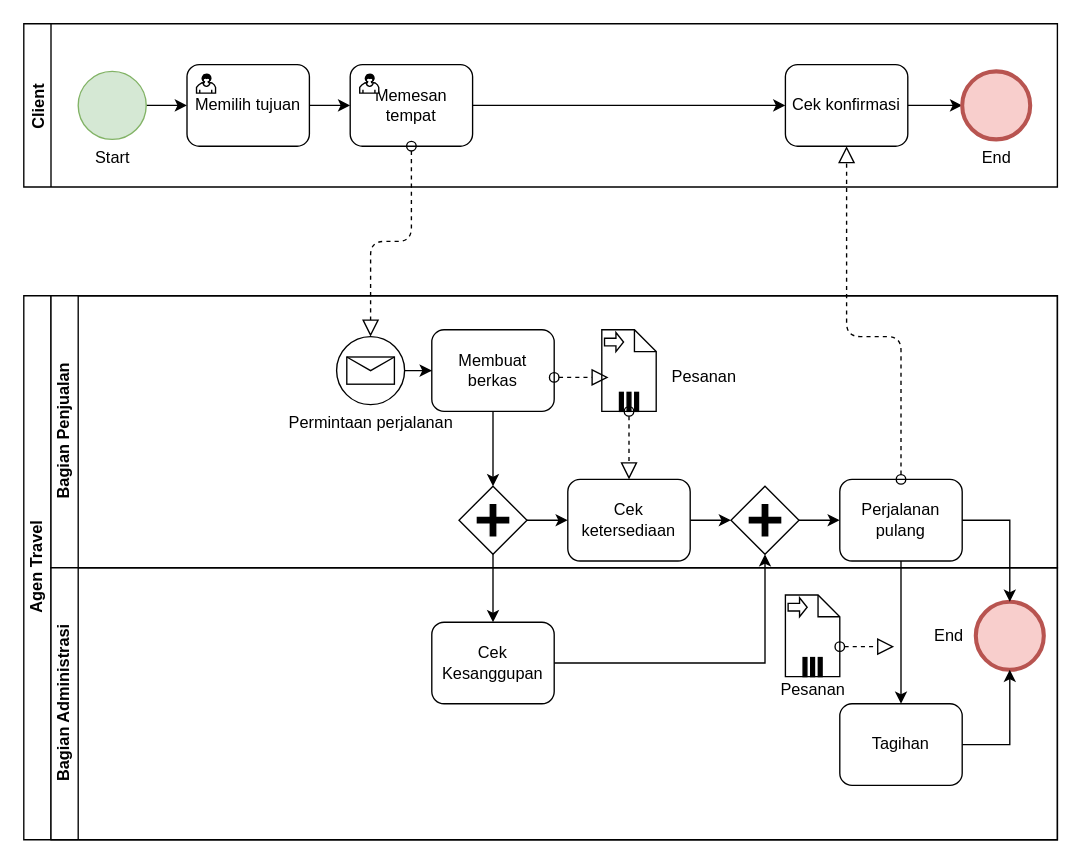
kucingtakucin/Proses-Bisnis-dan-SIM keeps this draw.io diagram as Tugas/BPMN.drawio. Above is the earlier version. Source tidied: cells renumbered, new cells numbered last; positions are measured from the earlier drawing's top-left corner, leaving out a move shared by most shapes. Both pictures are drawn from the tidied source at 136%, with x=0, y=0 at pixel (23, 23).
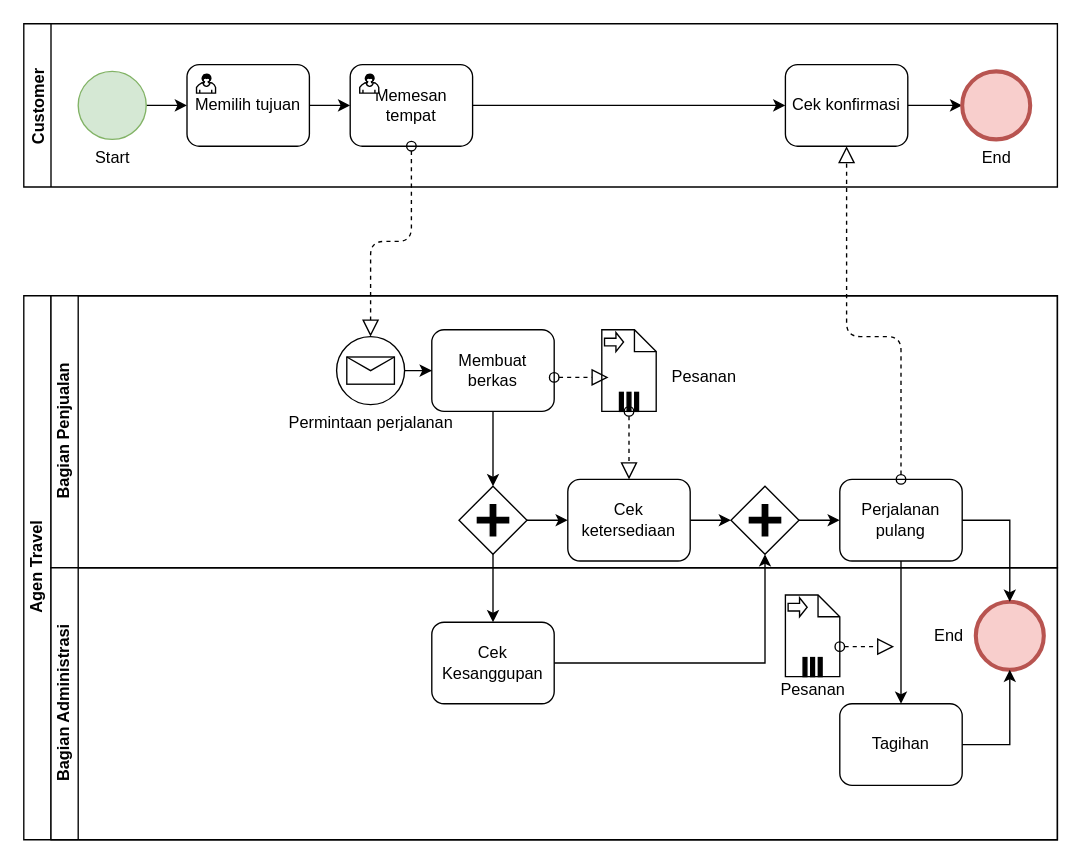
Above is the later version.

Change to the diagram source:
```diff
@@
-    <mxCell id="2" value="Client" style="swimlane;startSize=20;horizontal=0;" parent="1" vertex="1">
+    <mxCell id="2" value="Customer" style="swimlane;startSize=20;horizontal=0;" parent="1" vertex="1">
       <mxGeometry width="760" height="120" as="geometry" />
     </mxCell>
```
